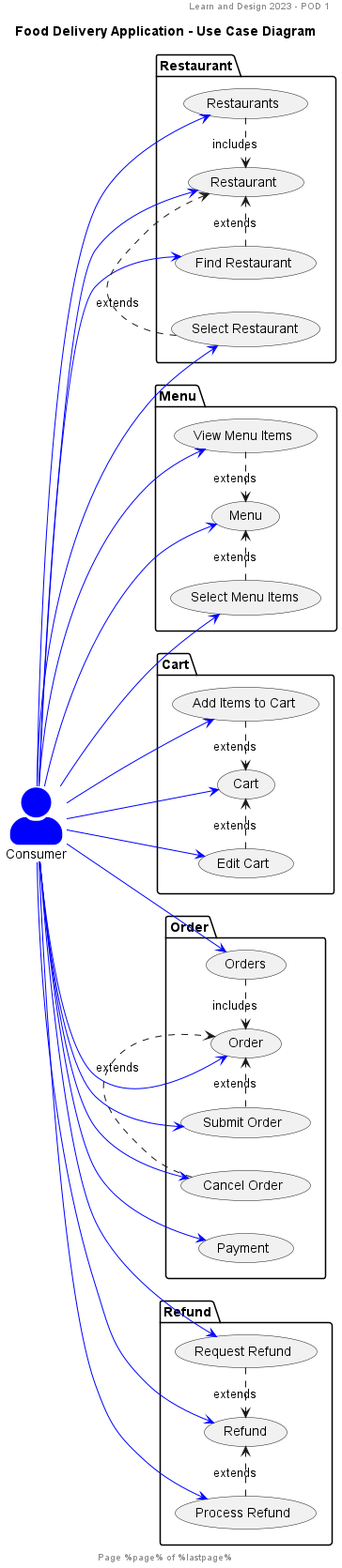
Earlier version of the PlantUML export UseCaseDiagrams/FoodDeliveryApp-Consumer-UseCases.png (WestonDockstader/FoodDeliveryApp). The source it was exported from:
```plantuml
@startuml
header Learn and Design 2023 - POD 1
footer Page %page% of %lastpage%
title: Food Delivery Application - Use Case Diagram

skinparam actorStyle awesome

left to right direction

actor Consumer #blue;line:blue

Package Restaurant {
    Consumer -[#blue]-> (Restaurant)
    Consumer -[#blue]-> (Restaurants)
    (Restaurants) .> (Restaurant) : includes
    Consumer -[#blue]-> (Find Restaurant)
    Consumer -[#blue]-> (Select Restaurant)
    (Find Restaurant) .> (Restaurant) : extends
    (Select Restaurant) .> (Restaurant) : extends
}
Package Menu {
    Consumer -[#blue]-> (Menu)
    Consumer -[#blue]-> (View Menu Items)
    Consumer -[#blue]-> (Select Menu Items)
    (View Menu Items) .> (Menu) : extends
    (Select Menu Items) .> (Menu) : extends
}

Package Cart {
    Consumer -[#blue]-> (Cart)
    Consumer -[#blue]-> (Add Items to Cart)
    Consumer -[#blue]-> (Edit Cart)
    (Add Items to Cart) .> (Cart) : extends
    (Edit Cart) .> (Cart) : extends

}
Package Order {
    Consumer -[#blue]-> (Order)
    Consumer -[#blue]-> (Orders)
    (Orders) .> (Order) : includes
    Consumer -[#blue]-> (Submit Order)
    Consumer -[#blue]-> (Cancel Order)
    Consumer -[#blue]-> (Payment)
    (Submit Order) .> (Order) : extends
    (Cancel Order) .> (Order) : extends
}
package Refund {
    Consumer -[#blue]-> (Refund)
    Consumer -[#blue]-> (Request Refund)
    Consumer -[#blue]-> (Process Refund)
    (Request Refund) .> (Refund) : extends
    (Process Refund) .> (Refund) : extends
}

@enduml
```
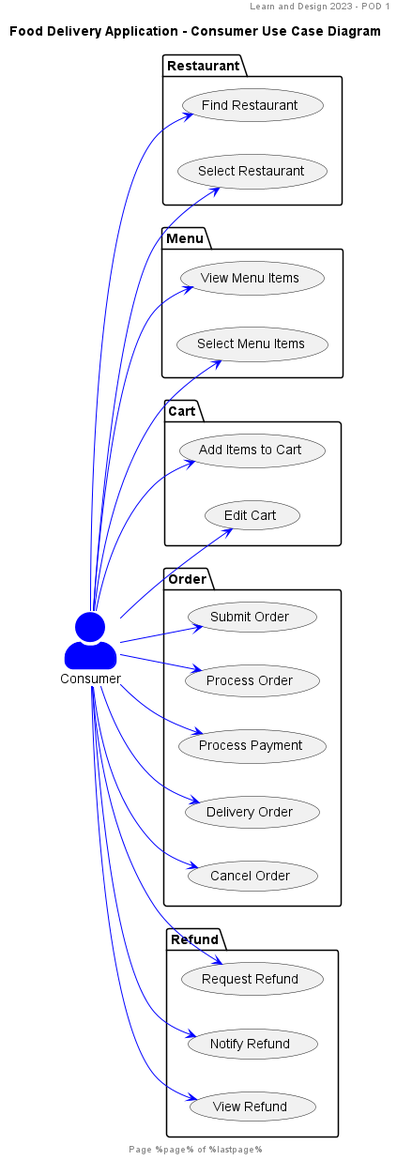
After the change.

Commit message:
Update Use Cases, remove excludes, correct includes. (#5)

What changed in the source:
```diff
@@ -1,7 +1,7 @@
 @startuml
 header Learn and Design 2023 - POD 1
 footer Page %page% of %lastpage%
-title: Food Delivery Application - Use Case Diagram
+title: Food Delivery Application - Consumer Use Case Diagram
 
 skinparam actorStyle awesome
 
@@ -10,46 +10,32 @@
 actor Consumer #blue;line:blue
 
 Package Restaurant {
-    Consumer -[#blue]-> (Restaurant)
-    Consumer -[#blue]-> (Restaurants)
-    (Restaurants) .> (Restaurant) : includes
     Consumer -[#blue]-> (Find Restaurant)
     Consumer -[#blue]-> (Select Restaurant)
-    (Find Restaurant) .> (Restaurant) : extends
-    (Select Restaurant) .> (Restaurant) : extends
 }
+
 Package Menu {
-    Consumer -[#blue]-> (Menu)
     Consumer -[#blue]-> (View Menu Items)
     Consumer -[#blue]-> (Select Menu Items)
-    (View Menu Items) .> (Menu) : extends
-    (Select Menu Items) .> (Menu) : extends
 }
 
 Package Cart {
-    Consumer -[#blue]-> (Cart)
     Consumer -[#blue]-> (Add Items to Cart)
     Consumer -[#blue]-> (Edit Cart)
-    (Add Items to Cart) .> (Cart) : extends
-    (Edit Cart) .> (Cart) : extends
+}
 
+Package Order {
+    Consumer -[#blue]-> (Submit Order)
+    Consumer -[#blue]-> (Process Order)
+    Consumer -[#blue]-> (Process Payment)
+    Consumer -[#blue]-> (Delivery Order)
+    Consumer -[#blue]-> (Cancel Order)
 }
-Package Order {
-    Consumer -[#blue]-> (Order)
-    Consumer -[#blue]-> (Orders)
-    (Orders) .> (Order) : includes
-    Consumer -[#blue]-> (Submit Order)
-    Consumer -[#blue]-> (Cancel Order)
-    Consumer -[#blue]-> (Payment)
-    (Submit Order) .> (Order) : extends
-    (Cancel Order) .> (Order) : extends
-}
+
 package Refund {
-    Consumer -[#blue]-> (Refund)
     Consumer -[#blue]-> (Request Refund)
-    Consumer -[#blue]-> (Process Refund)
-    (Request Refund) .> (Refund) : extends
-    (Process Refund) .> (Refund) : extends
+    Consumer -[#blue]-> (Notify Refund)
+    Consumer -[#blue]-> (View Refund)
 }
 
 @enduml
```
